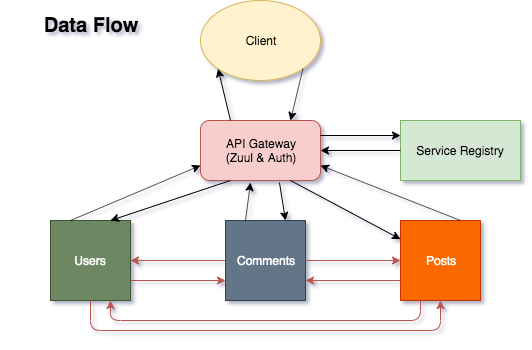
Earlier version of the draw.io export assets/P3-Architecture.png (ntuvera/spring-boot-microservices-reddit-api). Source tidied: cells renumbered, new cells last; positions are measured from the earlier drawing's top-left corner, leaving out a move shared by most shapes. Source of this version:
```xml
<mxGraphModel>
  <root>
    <mxCell id="0" />
    <mxCell id="1" parent="0" />
    <mxCell id="2" value="API Gateway&lt;br&gt;(Zuul &amp;amp; Auth)" style="rounded=1;whiteSpace=wrap;html=1;fillColor=#f8cecc;strokeColor=#b85450;" parent="1" vertex="1">
      <mxGeometry x="200" y="120" width="120" height="60" as="geometry" />
    </mxCell>
    <mxCell id="3" value="Client" style="ellipse;whiteSpace=wrap;html=1;fillColor=#fff2cc;strokeColor=#d6b656;" parent="1" vertex="1">
      <mxGeometry x="200" width="120" height="80" as="geometry" />
    </mxCell>
    <mxCell id="4" style="endArrow=classic;html=1;entryX=0;entryY=1;entryDx=0;entryDy=0;exitX=0.25;exitY=0;exitDx=0;exitDy=0;" parent="1" edge="1" source="2" target="3">
      <mxGeometry relative="1" as="geometry" />
    </mxCell>
    <mxCell id="5" style="endArrow=classic;html=1;exitX=1;exitY=1;exitDx=0;exitDy=0;entryX=0.75;entryY=0;entryDx=0;entryDy=0;" parent="1" edge="1" source="3" target="2">
      <mxGeometry relative="1" as="geometry" />
    </mxCell>
    <mxCell id="6" value="Service Registry" style="rounded=0;whiteSpace=wrap;html=1;fillColor=#d5e8d4;strokeColor=#82b366;" parent="1" vertex="1">
      <mxGeometry x="400" y="120" width="120" height="60" as="geometry" />
    </mxCell>
    <mxCell id="7" style="endArrow=classic;html=1;entryX=0;entryY=0.25;entryDx=0;entryDy=0;exitX=1;exitY=0.25;exitDx=0;exitDy=0;" parent="1" edge="1" source="2" target="6">
      <mxGeometry relative="1" as="geometry" />
    </mxCell>
    <mxCell id="8" style="endArrow=classic;html=1;entryX=1;entryY=0.5;entryDx=0;entryDy=0;exitX=0;exitY=0.5;exitDx=0;exitDy=0;" parent="1" edge="1" source="6" target="2">
      <mxGeometry relative="1" as="geometry" />
    </mxCell>
    <mxCell id="9" value="Users" style="whiteSpace=wrap;html=1;fillColor=#6d8764;strokeColor=#3A5431;fontColor=#ffffff;" parent="1" vertex="1">
      <mxGeometry x="50" y="220" width="80" height="80" as="geometry" />
    </mxCell>
    <mxCell id="10" value="Comments" style="whiteSpace=wrap;html=1;fillColor=#647687;strokeColor=#314354;fontColor=#ffffff;" parent="1" vertex="1">
      <mxGeometry x="225" y="220" width="80" height="80" as="geometry" />
    </mxCell>
    <mxCell id="11" value="Posts" style="whiteSpace=wrap;html=1;fillColor=#fa6800;strokeColor=#C73500;fontColor=#ffffff;" parent="1" vertex="1">
      <mxGeometry x="400" y="220" width="80" height="80" as="geometry" />
    </mxCell>
    <mxCell id="12" style="endArrow=classic;html=1;entryX=0;entryY=0.75;entryDx=0;entryDy=0;exitX=0.25;exitY=0;exitDx=0;exitDy=0;" parent="1" edge="1" source="9" target="2">
      <mxGeometry relative="1" as="geometry" />
    </mxCell>
    <mxCell id="13" style="endArrow=classic;html=1;exitX=0.75;exitY=0;exitDx=0;exitDy=0;entryX=1;entryY=0.75;entryDx=0;entryDy=0;" parent="1" edge="1" source="11" target="2">
      <mxGeometry relative="1" as="geometry" />
    </mxCell>
    <mxCell id="14" style="endArrow=classic;html=1;exitX=0.25;exitY=1;exitDx=0;exitDy=0;entryX=0.75;entryY=0;entryDx=0;entryDy=0;" parent="1" edge="1" source="2" target="9">
      <mxGeometry relative="1" as="geometry" />
    </mxCell>
    <mxCell id="15" style="endArrow=classic;html=1;exitX=0.75;exitY=1;exitDx=0;exitDy=0;" parent="1" edge="1" source="2" target="11">
      <mxGeometry relative="1" as="geometry" />
    </mxCell>
    <mxCell id="16" style="endArrow=classic;html=1;entryX=0.417;entryY=1.033;entryDx=0;entryDy=0;entryPerimeter=0;exitX=0.25;exitY=0;exitDx=0;exitDy=0;" parent="1" edge="1" target="2">
      <mxGeometry relative="1" as="geometry">
        <mxPoint x="245" y="220" as="sourcePoint" />
      </mxGeometry>
    </mxCell>
    <mxCell id="17" style="endArrow=classic;html=1;exitX=0.658;exitY=1.033;exitDx=0;exitDy=0;exitPerimeter=0;entryX=0.75;entryY=0;entryDx=0;entryDy=0;" parent="1" edge="1" source="2">
      <mxGeometry relative="1" as="geometry">
        <mxPoint x="285" y="220" as="targetPoint" />
      </mxGeometry>
    </mxCell>
    <mxCell id="18" style="endArrow=classic;html=1;entryX=0.5;entryY=1;entryDx=0;entryDy=0;exitX=0.5;exitY=1;exitDx=0;exitDy=0;edgeStyle=orthogonalEdgeStyle;fillColor=#f8cecc;strokeColor=#b85450;" parent="1" edge="1" source="9" target="11">
      <mxGeometry relative="1" as="geometry">
        <Array as="points">
          <mxPoint x="90" y="330" />
          <mxPoint x="440" y="330" />
        </Array>
      </mxGeometry>
    </mxCell>
    <mxCell id="19" style="endArrow=classic;html=1;exitX=0;exitY=0.5;exitDx=0;exitDy=0;entryX=1;entryY=0.5;entryDx=0;entryDy=0;fillColor=#f8cecc;strokeColor=#b85450;" parent="1" edge="1" source="10" target="9">
      <mxGeometry relative="1" as="geometry" />
    </mxCell>
    <mxCell id="20" style="endArrow=classic;html=1;entryX=0;entryY=0.5;entryDx=0;entryDy=0;exitX=1;exitY=0.5;exitDx=0;exitDy=0;fillColor=#f8cecc;strokeColor=#b85450;" parent="1" edge="1" source="10" target="11">
      <mxGeometry relative="1" as="geometry" />
    </mxCell>
    <mxCell id="21" style="endArrow=classic;html=1;entryX=0;entryY=0.75;entryDx=0;entryDy=0;exitX=1;exitY=0.75;exitDx=0;exitDy=0;fillColor=#f8cecc;strokeColor=#b85450;" parent="1" edge="1" source="9" target="10">
      <mxGeometry relative="1" as="geometry" />
    </mxCell>
    <mxCell id="22" style="endArrow=none;html=1;entryX=0.25;entryY=1;entryDx=0;entryDy=0;exitX=0.75;exitY=1;exitDx=0;exitDy=0;edgeStyle=orthogonalEdgeStyle;fillColor=#f8cecc;strokeColor=#b85450;startArrow=classic;startFill=1;endFill=0;" parent="1" edge="1" source="9" target="11">
      <mxGeometry relative="1" as="geometry">
        <Array as="points">
          <mxPoint x="110" y="320" />
          <mxPoint x="420" y="320" />
        </Array>
      </mxGeometry>
    </mxCell>
    <mxCell id="23" style="endArrow=classic;html=1;exitX=0;exitY=0.75;exitDx=0;exitDy=0;fillColor=#f8cecc;strokeColor=#b85450;entryX=1;entryY=0.75;entryDx=0;entryDy=0;" parent="1" edge="1" source="11" target="10">
      <mxGeometry relative="1" as="geometry" />
    </mxCell>
    <mxCell id="24" value="&lt;b&gt;&lt;font style=&quot;font-size: 20px&quot;&gt;Data Flow&lt;/font&gt;&lt;/b&gt;" style="text;html=1;strokeColor=none;fillColor=none;align=center;verticalAlign=middle;whiteSpace=wrap;rounded=0;" parent="1" vertex="1">
      <mxGeometry width="180" height="50" as="geometry" />
    </mxCell>
  </root>
</mxGraphModel>
```
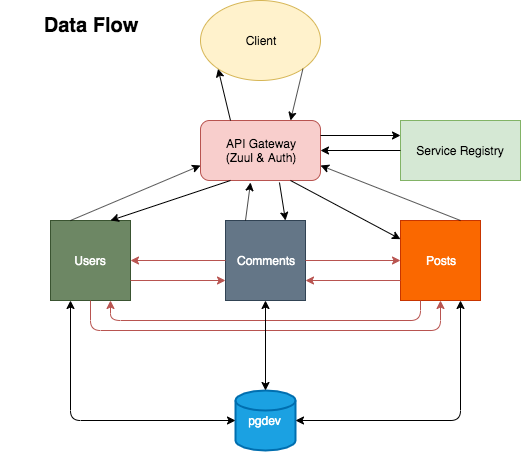
After the commit.

Commit message:
updated architecture diagram

The edit, as a diff of the source:
```diff
@@ -85,5 +85,17 @@
     <mxCell id="24" value="&lt;b&gt;&lt;font style=&quot;font-size: 20px&quot;&gt;Data Flow&lt;/font&gt;&lt;/b&gt;" style="text;html=1;strokeColor=none;fillColor=none;align=center;verticalAlign=middle;whiteSpace=wrap;rounded=0;" parent="1" vertex="1">
       <mxGeometry width="180" height="50" as="geometry" />
     </mxCell>
+    <mxCell id="25" value="pgdev" style="strokeWidth=2;html=1;shape=mxgraph.flowchart.database;whiteSpace=wrap;fillColor=#1ba1e2;strokeColor=#006EAF;fontColor=#ffffff;" parent="1" vertex="1">
+      <mxGeometry x="235" y="390" width="60" height="60" as="geometry" />
+    </mxCell>
+    <mxCell id="26" style="endArrow=classic;startArrow=classic;html=1;entryX=0.25;entryY=1;entryDx=0;entryDy=0;exitX=0;exitY=0.5;exitDx=0;exitDy=0;exitPerimeter=0;edgeStyle=orthogonalEdgeStyle;" parent="1" edge="1" source="25" target="9">
+      <mxGeometry relative="1" as="geometry" />
+    </mxCell>
+    <mxCell id="27" style="endArrow=classic;startArrow=classic;html=1;entryX=0.75;entryY=1;entryDx=0;entryDy=0;exitX=1;exitY=0.5;exitDx=0;exitDy=0;exitPerimeter=0;edgeStyle=orthogonalEdgeStyle;" parent="1" edge="1" source="25" target="11">
+      <mxGeometry relative="1" as="geometry" />
+    </mxCell>
+    <mxCell id="28" style="endArrow=classic;startArrow=classic;html=1;entryX=0.5;entryY=1;entryDx=0;entryDy=0;exitX=0.5;exitY=0;exitDx=0;exitDy=0;exitPerimeter=0;" parent="1" edge="1" source="25" target="10">
+      <mxGeometry relative="1" as="geometry" />
+    </mxCell>
   </root>
 </mxGraphModel>
```
